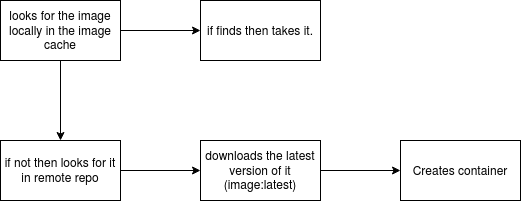
NishantBaheti/Docker-Exploration keeps this draw.io diagram as sourceImages/imageProcessing.png. Above is the earlier version. Source tidied: cells renumbered, new cells last; positions are measured from the earlier drawing's top-left corner, leaving out a move shared by most shapes. Source of this version:
```xml
<mxGraphModel>
  <root>
    <mxCell id="0" />
    <mxCell id="1" parent="0" />
    <mxCell id="2" style="edgeStyle=orthogonalEdgeStyle;rounded=0;jettySize=auto;html=1;" parent="1" edge="1" source="4" target="10">
      <mxGeometry relative="1" as="geometry" />
    </mxCell>
    <mxCell id="3" style="edgeStyle=orthogonalEdgeStyle;rounded=0;jettySize=auto;html=1;" parent="1" edge="1" source="4" target="6">
      <mxGeometry relative="1" as="geometry" />
    </mxCell>
    <mxCell id="4" value="looks for the image locally in the image cache" style="rounded=0;whiteSpace=wrap;html=1;" parent="1" vertex="1">
      <mxGeometry width="120" height="60" as="geometry" />
    </mxCell>
    <mxCell id="5" style="edgeStyle=orthogonalEdgeStyle;rounded=0;jettySize=auto;html=1;" parent="1" edge="1" source="6" target="8">
      <mxGeometry relative="1" as="geometry" />
    </mxCell>
    <mxCell id="6" value="if not then looks for it in remote repo" style="rounded=0;whiteSpace=wrap;html=1;" parent="1" vertex="1">
      <mxGeometry y="140" width="120" height="60" as="geometry" />
    </mxCell>
    <mxCell id="7" style="edgeStyle=orthogonalEdgeStyle;rounded=0;jettySize=auto;html=1;" parent="1" edge="1" source="8" target="9">
      <mxGeometry relative="1" as="geometry" />
    </mxCell>
    <mxCell id="8" value="downloads the latest version of it (image:latest)" style="rounded=0;whiteSpace=wrap;html=1;" parent="1" vertex="1">
      <mxGeometry x="200" y="140" width="120" height="60" as="geometry" />
    </mxCell>
    <mxCell id="9" value="Creates container" style="rounded=0;whiteSpace=wrap;html=1;" parent="1" vertex="1">
      <mxGeometry x="400" y="140" width="120" height="60" as="geometry" />
    </mxCell>
    <mxCell id="10" value="if finds then takes it." style="rounded=0;whiteSpace=wrap;html=1;" parent="1" vertex="1">
      <mxGeometry x="200" width="120" height="60" as="geometry" />
    </mxCell>
  </root>
</mxGraphModel>
```
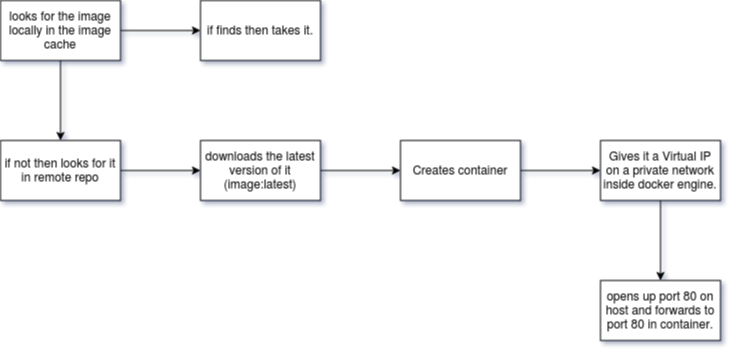
After the change.

Change to the diagram source:
```diff
@@ -23,9 +23,21 @@
     <mxCell id="8" value="downloads the latest version of it (image:latest)" style="rounded=0;whiteSpace=wrap;html=1;" parent="1" vertex="1">
       <mxGeometry x="200" y="140" width="120" height="60" as="geometry" />
     </mxCell>
+    <mxCell id="11" style="edgeStyle=orthogonalEdgeStyle;rounded=0;jettySize=auto;html=1;" parent="1" edge="1" source="9" target="13">
+      <mxGeometry relative="1" as="geometry" />
+    </mxCell>
     <mxCell id="9" value="Creates container" style="rounded=0;whiteSpace=wrap;html=1;" parent="1" vertex="1">
       <mxGeometry x="400" y="140" width="120" height="60" as="geometry" />
     </mxCell>
+    <mxCell id="12" style="edgeStyle=orthogonalEdgeStyle;rounded=0;jettySize=auto;html=1;" parent="1" edge="1" source="13" target="14">
+      <mxGeometry relative="1" as="geometry" />
+    </mxCell>
+    <mxCell id="13" value="Gives it a Virtual IP on a private network inside docker engine." style="rounded=0;whiteSpace=wrap;html=1;" parent="1" vertex="1">
+      <mxGeometry x="600" y="140" width="120" height="60" as="geometry" />
+    </mxCell>
+    <mxCell id="14" value="opens up port 80 on host and forwards to port 80 in container." style="rounded=0;whiteSpace=wrap;html=1;" parent="1" vertex="1">
+      <mxGeometry x="600" y="280" width="120" height="60" as="geometry" />
+    </mxCell>
     <mxCell id="10" value="if finds then takes it." style="rounded=0;whiteSpace=wrap;html=1;" parent="1" vertex="1">
       <mxGeometry x="200" width="120" height="60" as="geometry" />
     </mxCell>
```
